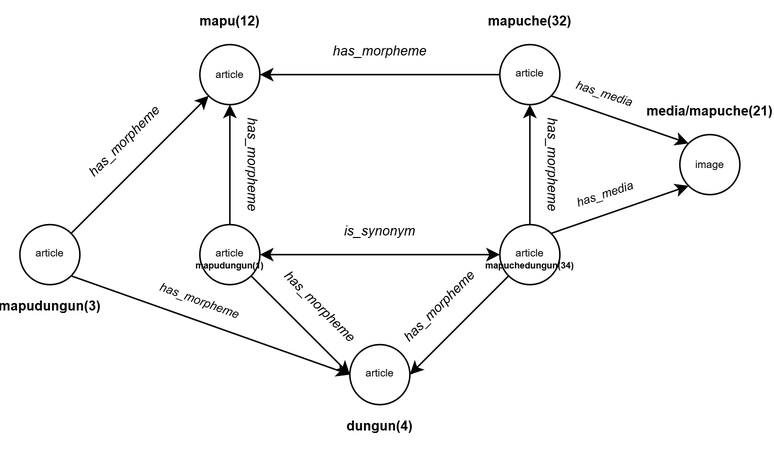
Before: content/assets/node_relationship_diagram_example_hq.png, a diagram exported from draw.io (node-group-working-group/node-group-package). Source tidied: cells renumbered, new cells last; positions are measured from the earlier drawing's top-left corner, leaving out a move shared by most shapes. The source it was exported from:
```xml
<mxGraphModel>
  <root>
    <mxCell id="0" />
    <mxCell id="1" parent="0" />
    <mxCell id="2" style="edgeStyle=orthogonalEdgeStyle;rounded=0;jettySize=auto;html=1;entryX=1;entryY=0.5;entryDx=0;entryDy=0;" parent="1" edge="1" source="4" target="5">
      <mxGeometry relative="1" as="geometry" />
    </mxCell>
    <mxCell id="3" style="rounded=0;jettySize=auto;html=1;exitX=1;exitY=1;exitDx=0;exitDy=0;entryX=0;entryY=0;entryDx=0;entryDy=0;" parent="1" edge="1" source="4" target="31">
      <mxGeometry relative="1" as="geometry" />
    </mxCell>
    <mxCell id="4" style="ellipse;whiteSpace=wrap;html=1;shapeInside=1;" parent="1" vertex="1">
      <mxGeometry x="330" y="30" width="40" height="40" as="geometry" />
    </mxCell>
    <mxCell id="5" style="ellipse;whiteSpace=wrap;html=1;shapeInside=1;" parent="1" vertex="1">
      <mxGeometry x="130" y="30" width="40" height="40" as="geometry" />
    </mxCell>
    <mxCell id="6" value="mapu(12)" style="text;html=1;whiteSpace=wrap;strokeColor=none;fillColor=none;align=center;verticalAlign=middle;rounded=0;fontSize=9;fontStyle=1;" parent="1" vertex="1">
      <mxGeometry x="120" width="60" height="30" as="geometry" />
    </mxCell>
    <mxCell id="7" value="mapuche(32)" style="text;html=1;whiteSpace=wrap;strokeColor=none;fillColor=none;align=center;verticalAlign=middle;rounded=0;fontSize=9;fontStyle=1;" parent="1" vertex="1">
      <mxGeometry x="320" width="60" height="30" as="geometry" />
    </mxCell>
    <mxCell id="8" style="edgeStyle=orthogonalEdgeStyle;rounded=0;jettySize=auto;html=1;entryX=0.5;entryY=1;entryDx=0;entryDy=0;" parent="1" edge="1" source="11" target="4">
      <mxGeometry relative="1" as="geometry" />
    </mxCell>
    <mxCell id="9" style="rounded=0;jettySize=auto;html=1;entryX=1;entryY=0.5;entryDx=0;entryDy=0;" parent="1" edge="1" source="11" target="17">
      <mxGeometry relative="1" as="geometry" />
    </mxCell>
    <mxCell id="10" style="edgeStyle=orthogonalEdgeStyle;rounded=0;jettySize=auto;html=1;entryX=1;entryY=0.5;entryDx=0;entryDy=0;startArrow=classic;startFill=1;" parent="1" edge="1" source="11" target="15">
      <mxGeometry relative="1" as="geometry" />
    </mxCell>
    <mxCell id="11" style="ellipse;whiteSpace=wrap;html=1;shapeInside=1;" parent="1" vertex="1">
      <mxGeometry x="330" y="150" width="40" height="40" as="geometry" />
    </mxCell>
    <mxCell id="12" value="mapuchedungun(34)" style="text;html=1;whiteSpace=wrap;strokeColor=none;fillColor=none;align=center;verticalAlign=middle;rounded=0;fontSize=6;fontStyle=1;" parent="1" vertex="1">
      <mxGeometry x="320" y="163" width="60" height="30" as="geometry" />
    </mxCell>
    <mxCell id="13" style="edgeStyle=orthogonalEdgeStyle;rounded=0;jettySize=auto;html=1;entryX=0.5;entryY=1;entryDx=0;entryDy=0;" parent="1" edge="1" source="15" target="5">
      <mxGeometry relative="1" as="geometry" />
    </mxCell>
    <mxCell id="14" style="rounded=0;jettySize=auto;html=1;entryX=0;entryY=0.5;entryDx=0;entryDy=0;" parent="1" edge="1" source="15" target="17">
      <mxGeometry relative="1" as="geometry" />
    </mxCell>
    <mxCell id="15" style="ellipse;whiteSpace=wrap;html=1;shapeInside=1;" parent="1" vertex="1">
      <mxGeometry x="130" y="150" width="40" height="40" as="geometry" />
    </mxCell>
    <mxCell id="16" value="mapudungun(1)" style="text;html=1;whiteSpace=wrap;strokeColor=none;fillColor=none;align=center;verticalAlign=middle;rounded=0;fontSize=6;fontStyle=1;" parent="1" vertex="1">
      <mxGeometry x="120" y="163" width="60" height="30" as="geometry" />
    </mxCell>
    <mxCell id="17" style="ellipse;whiteSpace=wrap;html=1;shapeInside=1;" parent="1" vertex="1">
      <mxGeometry x="230" y="230" width="40" height="40" as="geometry" />
    </mxCell>
    <mxCell id="18" value="dungun(4)" style="text;html=1;whiteSpace=wrap;strokeColor=none;fillColor=none;align=center;verticalAlign=middle;rounded=0;fontSize=9;fontStyle=1;" parent="1" vertex="1">
      <mxGeometry x="220" y="270" width="60" height="30" as="geometry" />
    </mxCell>
    <mxCell id="19" style="rounded=0;jettySize=auto;html=1;entryX=0;entryY=1;entryDx=0;entryDy=0;" parent="1" edge="1" source="21" target="5">
      <mxGeometry relative="1" as="geometry" />
    </mxCell>
    <mxCell id="20" style="rounded=0;jettySize=auto;html=1;exitX=1;exitY=1;exitDx=0;exitDy=0;entryX=0;entryY=0.5;entryDx=0;entryDy=0;" parent="1" edge="1" source="21" target="17">
      <mxGeometry relative="1" as="geometry" />
    </mxCell>
    <mxCell id="21" style="ellipse;whiteSpace=wrap;html=1;shapeInside=1;" parent="1" vertex="1">
      <mxGeometry x="10" y="150" width="40" height="40" as="geometry" />
    </mxCell>
    <mxCell id="22" value="mapudungun(3&lt;span style=&quot;background-color: transparent; color: light-dark(rgb(0, 0, 0), rgb(255, 255, 255));&quot;&gt;)&lt;/span&gt;" style="text;html=1;whiteSpace=wrap;strokeColor=none;fillColor=none;align=center;verticalAlign=middle;rounded=0;fontSize=9;fontStyle=1;" parent="1" vertex="1">
      <mxGeometry y="190" width="60" height="30" as="geometry" />
    </mxCell>
    <mxCell id="23" value="has_morpheme" style="text;html=1;whiteSpace=wrap;strokeColor=none;fillColor=none;align=center;verticalAlign=middle;rounded=0;fontSize=9;fontStyle=2;" parent="1" vertex="1">
      <mxGeometry x="220" y="20" width="60" height="30" as="geometry" />
    </mxCell>
    <mxCell id="24" value="has_morpheme" style="text;html=1;whiteSpace=wrap;strokeColor=none;fillColor=none;align=center;verticalAlign=middle;rounded=0;fontSize=9;rotation=-45;fontStyle=2;" parent="1" vertex="1">
      <mxGeometry x="50" y="80" width="60" height="30" as="geometry" />
    </mxCell>
    <mxCell id="25" value="has_morpheme" style="text;html=1;whiteSpace=wrap;strokeColor=none;fillColor=none;align=center;verticalAlign=middle;rounded=0;fontSize=9;rotation=90;fontStyle=2;" parent="1" vertex="1">
      <mxGeometry x="335" y="95" width="60" height="30" as="geometry" />
    </mxCell>
    <mxCell id="26" value="has_morpheme" style="text;html=1;whiteSpace=wrap;strokeColor=none;fillColor=none;align=center;verticalAlign=middle;rounded=0;fontSize=8;rotation=20;fontStyle=2;" parent="1" vertex="1">
      <mxGeometry x="100" y="188" width="60" height="26" as="geometry" />
    </mxCell>
    <mxCell id="27" value="is_synonym" style="text;html=1;whiteSpace=wrap;strokeColor=none;fillColor=none;align=center;verticalAlign=middle;rounded=0;fontSize=9;rotation=0;fontStyle=2;" parent="1" vertex="1">
      <mxGeometry x="220" y="140" width="60" height="30" as="geometry" />
    </mxCell>
    <mxCell id="28" value="has_morpheme" style="text;html=1;whiteSpace=wrap;strokeColor=none;fillColor=none;align=center;verticalAlign=middle;rounded=0;fontSize=9;rotation=315;fontStyle=2;" parent="1" vertex="1">
      <mxGeometry x="260" y="190" width="60" height="30" as="geometry" />
    </mxCell>
    <mxCell id="29" value="has_morpheme" style="text;html=1;whiteSpace=wrap;strokeColor=none;fillColor=none;align=center;verticalAlign=middle;rounded=0;fontSize=9;rotation=45;fontStyle=2;" parent="1" vertex="1">
      <mxGeometry x="180" y="190" width="60" height="30" as="geometry" />
    </mxCell>
    <mxCell id="30" value="has_morpheme" style="text;html=1;whiteSpace=wrap;strokeColor=none;fillColor=none;align=center;verticalAlign=middle;rounded=0;fontSize=9;rotation=90;fontStyle=2;" parent="1" vertex="1">
      <mxGeometry x="135" y="95" width="60" height="30" as="geometry" />
    </mxCell>
    <mxCell id="31" style="ellipse;whiteSpace=wrap;html=1;shapeInside=1;" parent="1" vertex="1">
      <mxGeometry x="450" y="90" width="40" height="40" as="geometry" />
    </mxCell>
    <mxCell id="32" value="media/mapuche(21)" style="text;html=1;whiteSpace=wrap;strokeColor=none;fillColor=none;align=center;verticalAlign=middle;rounded=0;fontSize=9;fontStyle=1;" parent="1" vertex="1">
      <mxGeometry x="440" y="60" width="60" height="30" as="geometry" />
    </mxCell>
    <mxCell id="33" value="article" style="text;html=1;whiteSpace=wrap;strokeColor=none;fillColor=none;align=center;verticalAlign=middle;rounded=0;fontSize=7;fontStyle=0;" parent="1" vertex="1">
      <mxGeometry x="120" y="38" width="60" height="25" as="geometry" />
    </mxCell>
    <mxCell id="34" value="article" style="text;html=1;whiteSpace=wrap;strokeColor=none;fillColor=none;align=center;verticalAlign=middle;rounded=0;fontSize=7;fontStyle=0;" parent="1" vertex="1">
      <mxGeometry x="340" y="37.5" width="20" height="25" as="geometry" />
    </mxCell>
    <mxCell id="35" style="rounded=0;jettySize=auto;html=1;entryX=0;entryY=1;entryDx=0;entryDy=0;exitX=1;exitY=0;exitDx=0;exitDy=0;" parent="1" edge="1" source="11" target="31">
      <mxGeometry relative="1" as="geometry" />
    </mxCell>
    <mxCell id="36" value="article" style="text;html=1;whiteSpace=wrap;strokeColor=none;fillColor=none;align=center;verticalAlign=middle;rounded=0;fontSize=7;fontStyle=0;" parent="1" vertex="1">
      <mxGeometry x="340" y="157.5" width="20" height="25" as="geometry" />
    </mxCell>
    <mxCell id="37" value="article" style="text;html=1;whiteSpace=wrap;strokeColor=none;fillColor=none;align=center;verticalAlign=middle;rounded=0;fontSize=7;fontStyle=0;" parent="1" vertex="1">
      <mxGeometry x="120" y="157.5" width="60" height="25" as="geometry" />
    </mxCell>
    <mxCell id="38" value="article" style="text;html=1;whiteSpace=wrap;strokeColor=none;fillColor=none;align=center;verticalAlign=middle;rounded=0;fontSize=7;fontStyle=0;" parent="1" vertex="1">
      <mxGeometry x="220" y="237.5" width="60" height="25" as="geometry" />
    </mxCell>
    <mxCell id="39" value="article" style="text;html=1;whiteSpace=wrap;strokeColor=none;fillColor=none;align=center;verticalAlign=middle;rounded=0;fontSize=7;fontStyle=0;" parent="1" vertex="1">
      <mxGeometry y="157.5" width="60" height="25" as="geometry" />
    </mxCell>
    <mxCell id="40" value="image" style="text;html=1;whiteSpace=wrap;strokeColor=none;fillColor=none;align=center;verticalAlign=middle;rounded=0;fontSize=7;fontStyle=0;" parent="1" vertex="1">
      <mxGeometry x="460" y="98" width="20" height="25" as="geometry" />
    </mxCell>
    <mxCell id="41" value="has_media" style="text;html=1;whiteSpace=wrap;strokeColor=none;fillColor=none;align=center;verticalAlign=middle;rounded=0;fontSize=8;fontStyle=2;rotation=18;" parent="1" vertex="1">
      <mxGeometry x="380" y="50" width="40" height="25" as="geometry" />
    </mxCell>
    <mxCell id="42" value="has_media" style="text;html=1;whiteSpace=wrap;strokeColor=none;fillColor=none;align=center;verticalAlign=middle;rounded=0;fontSize=8;fontStyle=2;rotation=342;" parent="1" vertex="1">
      <mxGeometry x="380" y="117" width="40" height="25" as="geometry" />
    </mxCell>
  </root>
</mxGraphModel>
```
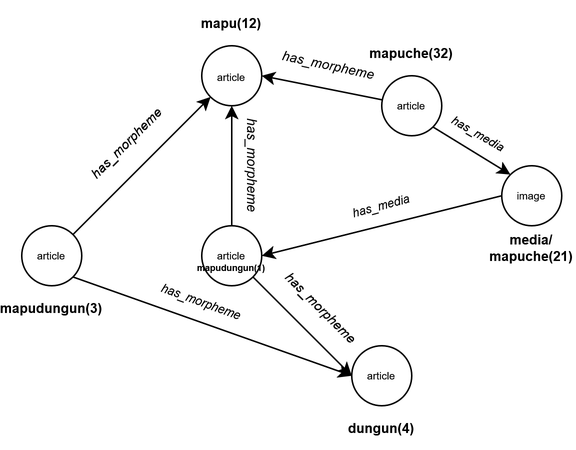
After the change.

The edit, as a diff of the source:
```diff
@@ -2,14 +2,14 @@
   <root>
     <mxCell id="0" />
     <mxCell id="1" parent="0" />
-    <mxCell id="2" style="edgeStyle=orthogonalEdgeStyle;rounded=0;jettySize=auto;html=1;entryX=1;entryY=0.5;entryDx=0;entryDy=0;" parent="1" edge="1" source="4" target="5">
+    <mxCell id="2" style="rounded=0;jettySize=auto;html=1;entryX=1;entryY=0.5;entryDx=0;entryDy=0;" parent="1" edge="1" source="4" target="5">
       <mxGeometry relative="1" as="geometry" />
     </mxCell>
     <mxCell id="3" style="rounded=0;jettySize=auto;html=1;exitX=1;exitY=1;exitDx=0;exitDy=0;entryX=0;entryY=0;entryDx=0;entryDy=0;" parent="1" edge="1" source="4" target="31">
       <mxGeometry relative="1" as="geometry" />
     </mxCell>
     <mxCell id="4" style="ellipse;whiteSpace=wrap;html=1;shapeInside=1;" parent="1" vertex="1">
-      <mxGeometry x="330" y="30" width="40" height="40" as="geometry" />
+      <mxGeometry x="250" y="50" width="40" height="40" as="geometry" />
     </mxCell>
     <mxCell id="5" style="ellipse;whiteSpace=wrap;html=1;shapeInside=1;" parent="1" vertex="1">
       <mxGeometry x="130" y="30" width="40" height="40" as="geometry" />
@@ -18,23 +18,8 @@
       <mxGeometry x="120" width="60" height="30" as="geometry" />
     </mxCell>
     <mxCell id="7" value="mapuche(32)" style="text;html=1;whiteSpace=wrap;strokeColor=none;fillColor=none;align=center;verticalAlign=middle;rounded=0;fontSize=9;fontStyle=1;" parent="1" vertex="1">
-      <mxGeometry x="320" width="60" height="30" as="geometry" />
+      <mxGeometry x="240" y="20" width="60" height="30" as="geometry" />
     </mxCell>
-    <mxCell id="8" style="edgeStyle=orthogonalEdgeStyle;rounded=0;jettySize=auto;html=1;entryX=0.5;entryY=1;entryDx=0;entryDy=0;" parent="1" edge="1" source="11" target="4">
-      <mxGeometry relative="1" as="geometry" />
-    </mxCell>
-    <mxCell id="9" style="rounded=0;jettySize=auto;html=1;entryX=1;entryY=0.5;entryDx=0;entryDy=0;" parent="1" edge="1" source="11" target="17">
-      <mxGeometry relative="1" as="geometry" />
-    </mxCell>
-    <mxCell id="10" style="edgeStyle=orthogonalEdgeStyle;rounded=0;jettySize=auto;html=1;entryX=1;entryY=0.5;entryDx=0;entryDy=0;startArrow=classic;startFill=1;" parent="1" edge="1" source="11" target="15">
-      <mxGeometry relative="1" as="geometry" />
-    </mxCell>
-    <mxCell id="11" style="ellipse;whiteSpace=wrap;html=1;shapeInside=1;" parent="1" vertex="1">
-      <mxGeometry x="330" y="150" width="40" height="40" as="geometry" />
-    </mxCell>
-    <mxCell id="12" value="mapuchedungun(34)" style="text;html=1;whiteSpace=wrap;strokeColor=none;fillColor=none;align=center;verticalAlign=middle;rounded=0;fontSize=6;fontStyle=1;" parent="1" vertex="1">
-      <mxGeometry x="320" y="163" width="60" height="30" as="geometry" />
-    </mxCell>
     <mxCell id="13" style="edgeStyle=orthogonalEdgeStyle;rounded=0;jettySize=auto;html=1;entryX=0.5;entryY=1;entryDx=0;entryDy=0;" parent="1" edge="1" source="15" target="5">
       <mxGeometry relative="1" as="geometry" />
     </mxCell>
@@ -45,7 +30,7 @@
       <mxGeometry x="130" y="150" width="40" height="40" as="geometry" />
     </mxCell>
     <mxCell id="16" value="mapudungun(1)" style="text;html=1;whiteSpace=wrap;strokeColor=none;fillColor=none;align=center;verticalAlign=middle;rounded=0;fontSize=6;fontStyle=1;" parent="1" vertex="1">
-      <mxGeometry x="120" y="163" width="60" height="30" as="geometry" />
+      <mxGeometry x="130" y="163" width="40" height="30" as="geometry" />
     </mxCell>
     <mxCell id="17" style="ellipse;whiteSpace=wrap;html=1;shapeInside=1;" parent="1" vertex="1">
       <mxGeometry x="230" y="230" width="40" height="40" as="geometry" />
@@ -65,24 +50,15 @@
     <mxCell id="22" value="mapudungun(3&lt;span style=&quot;background-color: transparent; color: light-dark(rgb(0, 0, 0), rgb(255, 255, 255));&quot;&gt;)&lt;/span&gt;" style="text;html=1;whiteSpace=wrap;strokeColor=none;fillColor=none;align=center;verticalAlign=middle;rounded=0;fontSize=9;fontStyle=1;" parent="1" vertex="1">
       <mxGeometry y="190" width="60" height="30" as="geometry" />
     </mxCell>
-    <mxCell id="23" value="has_morpheme" style="text;html=1;whiteSpace=wrap;strokeColor=none;fillColor=none;align=center;verticalAlign=middle;rounded=0;fontSize=9;fontStyle=2;" parent="1" vertex="1">
-      <mxGeometry x="220" y="20" width="60" height="30" as="geometry" />
+    <mxCell id="23" value="has_morpheme" style="text;html=1;whiteSpace=wrap;strokeColor=none;fillColor=none;align=center;verticalAlign=middle;rounded=0;fontSize=9;fontStyle=2;rotation=12;" parent="1" vertex="1">
+      <mxGeometry x="185" y="28" width="60" height="30" as="geometry" />
     </mxCell>
     <mxCell id="24" value="has_morpheme" style="text;html=1;whiteSpace=wrap;strokeColor=none;fillColor=none;align=center;verticalAlign=middle;rounded=0;fontSize=9;rotation=-45;fontStyle=2;" parent="1" vertex="1">
       <mxGeometry x="50" y="80" width="60" height="30" as="geometry" />
     </mxCell>
-    <mxCell id="25" value="has_morpheme" style="text;html=1;whiteSpace=wrap;strokeColor=none;fillColor=none;align=center;verticalAlign=middle;rounded=0;fontSize=9;rotation=90;fontStyle=2;" parent="1" vertex="1">
-      <mxGeometry x="335" y="95" width="60" height="30" as="geometry" />
-    </mxCell>
     <mxCell id="26" value="has_morpheme" style="text;html=1;whiteSpace=wrap;strokeColor=none;fillColor=none;align=center;verticalAlign=middle;rounded=0;fontSize=8;rotation=20;fontStyle=2;" parent="1" vertex="1">
       <mxGeometry x="100" y="188" width="60" height="26" as="geometry" />
     </mxCell>
-    <mxCell id="27" value="is_synonym" style="text;html=1;whiteSpace=wrap;strokeColor=none;fillColor=none;align=center;verticalAlign=middle;rounded=0;fontSize=9;rotation=0;fontStyle=2;" parent="1" vertex="1">
-      <mxGeometry x="220" y="140" width="60" height="30" as="geometry" />
-    </mxCell>
-    <mxCell id="28" value="has_morpheme" style="text;html=1;whiteSpace=wrap;strokeColor=none;fillColor=none;align=center;verticalAlign=middle;rounded=0;fontSize=9;rotation=315;fontStyle=2;" parent="1" vertex="1">
-      <mxGeometry x="260" y="190" width="60" height="30" as="geometry" />
-    </mxCell>
     <mxCell id="29" value="has_morpheme" style="text;html=1;whiteSpace=wrap;strokeColor=none;fillColor=none;align=center;verticalAlign=middle;rounded=0;fontSize=9;rotation=45;fontStyle=2;" parent="1" vertex="1">
       <mxGeometry x="180" y="190" width="60" height="30" as="geometry" />
     </mxCell>
@@ -90,25 +66,22 @@
       <mxGeometry x="135" y="95" width="60" height="30" as="geometry" />
     </mxCell>
     <mxCell id="31" style="ellipse;whiteSpace=wrap;html=1;shapeInside=1;" parent="1" vertex="1">
-      <mxGeometry x="450" y="90" width="40" height="40" as="geometry" />
+      <mxGeometry x="330" y="110" width="40" height="40" as="geometry" />
     </mxCell>
     <mxCell id="32" value="media/mapuche(21)" style="text;html=1;whiteSpace=wrap;strokeColor=none;fillColor=none;align=center;verticalAlign=middle;rounded=0;fontSize=9;fontStyle=1;" parent="1" vertex="1">
-      <mxGeometry x="440" y="60" width="60" height="30" as="geometry" />
+      <mxGeometry x="320" y="150" width="60" height="30" as="geometry" />
     </mxCell>
     <mxCell id="33" value="article" style="text;html=1;whiteSpace=wrap;strokeColor=none;fillColor=none;align=center;verticalAlign=middle;rounded=0;fontSize=7;fontStyle=0;" parent="1" vertex="1">
       <mxGeometry x="120" y="38" width="60" height="25" as="geometry" />
     </mxCell>
     <mxCell id="34" value="article" style="text;html=1;whiteSpace=wrap;strokeColor=none;fillColor=none;align=center;verticalAlign=middle;rounded=0;fontSize=7;fontStyle=0;" parent="1" vertex="1">
-      <mxGeometry x="340" y="37.5" width="20" height="25" as="geometry" />
+      <mxGeometry x="260" y="57.5" width="20" height="25" as="geometry" />
     </mxCell>
-    <mxCell id="35" style="rounded=0;jettySize=auto;html=1;entryX=0;entryY=1;entryDx=0;entryDy=0;exitX=1;exitY=0;exitDx=0;exitDy=0;" parent="1" edge="1" source="11" target="31">
+    <mxCell id="35" style="rounded=0;jettySize=auto;html=1;exitX=0;exitY=0.5;exitDx=0;exitDy=0;entryX=1;entryY=0.5;entryDx=0;entryDy=0;" parent="1" edge="1" source="31" target="15">
       <mxGeometry relative="1" as="geometry" />
     </mxCell>
-    <mxCell id="36" value="article" style="text;html=1;whiteSpace=wrap;strokeColor=none;fillColor=none;align=center;verticalAlign=middle;rounded=0;fontSize=7;fontStyle=0;" parent="1" vertex="1">
-      <mxGeometry x="340" y="157.5" width="20" height="25" as="geometry" />
-    </mxCell>
     <mxCell id="37" value="article" style="text;html=1;whiteSpace=wrap;strokeColor=none;fillColor=none;align=center;verticalAlign=middle;rounded=0;fontSize=7;fontStyle=0;" parent="1" vertex="1">
-      <mxGeometry x="120" y="157.5" width="60" height="25" as="geometry" />
+      <mxGeometry x="140" y="157.5" width="20" height="25" as="geometry" />
     </mxCell>
     <mxCell id="38" value="article" style="text;html=1;whiteSpace=wrap;strokeColor=none;fillColor=none;align=center;verticalAlign=middle;rounded=0;fontSize=7;fontStyle=0;" parent="1" vertex="1">
       <mxGeometry x="220" y="237.5" width="60" height="25" as="geometry" />
@@ -117,13 +90,13 @@
       <mxGeometry y="157.5" width="60" height="25" as="geometry" />
     </mxCell>
     <mxCell id="40" value="image" style="text;html=1;whiteSpace=wrap;strokeColor=none;fillColor=none;align=center;verticalAlign=middle;rounded=0;fontSize=7;fontStyle=0;" parent="1" vertex="1">
-      <mxGeometry x="460" y="98" width="20" height="25" as="geometry" />
+      <mxGeometry x="340" y="117.5" width="20" height="25" as="geometry" />
     </mxCell>
-    <mxCell id="41" value="has_media" style="text;html=1;whiteSpace=wrap;strokeColor=none;fillColor=none;align=center;verticalAlign=middle;rounded=0;fontSize=8;fontStyle=2;rotation=18;" parent="1" vertex="1">
-      <mxGeometry x="380" y="50" width="40" height="25" as="geometry" />
+    <mxCell id="41" value="has_media" style="text;html=1;whiteSpace=wrap;strokeColor=none;fillColor=none;align=center;verticalAlign=middle;rounded=0;fontSize=8;fontStyle=2;rotation=30;" parent="1" vertex="1">
+      <mxGeometry x="295" y="76" width="40" height="25" as="geometry" />
     </mxCell>
-    <mxCell id="42" value="has_media" style="text;html=1;whiteSpace=wrap;strokeColor=none;fillColor=none;align=center;verticalAlign=middle;rounded=0;fontSize=8;fontStyle=2;rotation=342;" parent="1" vertex="1">
-      <mxGeometry x="380" y="117" width="40" height="25" as="geometry" />
+    <mxCell id="42" value="has_media" style="text;html=1;whiteSpace=wrap;strokeColor=none;fillColor=none;align=center;verticalAlign=middle;rounded=0;fontSize=8;fontStyle=2;rotation=-15;" parent="1" vertex="1">
+      <mxGeometry x="230" y="125" width="40" height="25" as="geometry" />
     </mxCell>
   </root>
 </mxGraphModel>
```
